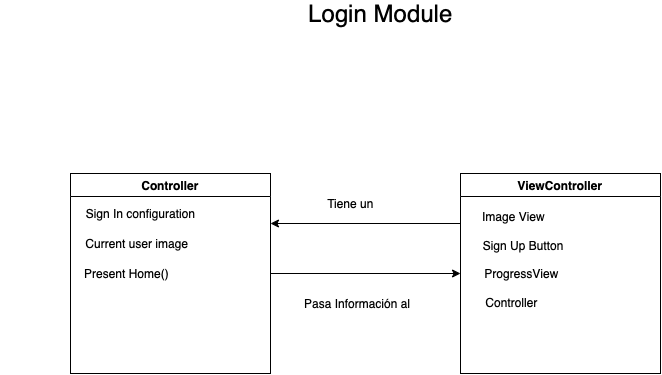
Before: resources/LoginClassdiagram.drawio.png, a diagram exported from draw.io (YormanColina/Jobly). Source tidied: cells renumbered, new cells last; positions are measured from the earlier drawing's top-left corner, leaving out a move shared by most shapes. The source it was exported from:
```xml
<mxGraphModel>
  <root>
    <mxCell id="0" />
    <mxCell id="1" parent="0" />
    <mxCell id="2" value="&lt;font style=&quot;font-size: 24px;&quot;&gt;Login Module&lt;/font&gt;" style="text;html=1;align=center;verticalAlign=middle;strokeColor=none;fillColor=none;" parent="1" vertex="1">
      <mxGeometry x="300" width="160" height="20" as="geometry" />
    </mxCell>
    <mxCell id="3" style="edgeStyle=orthogonalEdgeStyle;rounded=0;jettySize=auto;html=1;entryX=0;entryY=0.5;entryDx=0;entryDy=0;fontSize=12;" parent="1" edge="1" source="4" target="7">
      <mxGeometry relative="1" as="geometry" />
    </mxCell>
    <mxCell id="4" value="Controller" style="swimlane;" parent="1" vertex="1">
      <mxGeometry x="70" y="170" width="200" height="200" as="geometry" />
    </mxCell>
    <mxCell id="5" value="&lt;span style=&quot;white-space: pre;&quot;&gt;&#9;&lt;span style=&quot;white-space: pre;&quot;&gt;&#9;&lt;span style=&quot;white-space: pre;&quot;&gt;&#9;&lt;/span&gt;&lt;/span&gt;&lt;/span&gt;Sign In configuration" style="text;html=1;align=center;verticalAlign=middle;strokeColor=none;fillColor=none;" parent="4" vertex="1">
      <mxGeometry x="-70" y="30" width="200" height="20" as="geometry" />
    </mxCell>
    <mxCell id="6" style="edgeStyle=orthogonalEdgeStyle;rounded=0;jettySize=auto;html=1;exitX=0;exitY=0.25;exitDx=0;exitDy=0;entryX=1;entryY=0.25;entryDx=0;entryDy=0;fontSize=12;" parent="1" edge="1" source="7" target="4">
      <mxGeometry relative="1" as="geometry" />
    </mxCell>
    <mxCell id="7" value="ViewController" style="swimlane;" parent="1" vertex="1">
      <mxGeometry x="460" y="170" width="200" height="200" as="geometry" />
    </mxCell>
    <mxCell id="8" value="ProgressView" style="text;html=1;align=center;verticalAlign=middle;strokeColor=none;fillColor=none;" parent="7" vertex="1">
      <mxGeometry x="16" y="90" width="90" height="20" as="geometry" />
    </mxCell>
    <mxCell id="9" value="&lt;span style=&quot;white-space: pre;&quot;&gt;&lt;br/&gt; &lt;/span&gt;Sign Up Button" style="text;html=1;align=center;verticalAlign=middle;strokeColor=none;fillColor=none;" parent="7" vertex="1">
      <mxGeometry x="11" y="50" width="100" height="30" as="geometry" />
    </mxCell>
    <mxCell id="10" value="Image View" style="text;html=1;align=center;verticalAlign=middle;strokeColor=none;fillColor=none;" parent="7" vertex="1">
      <mxGeometry x="13" y="33" width="80" height="20" as="geometry" />
    </mxCell>
    <mxCell id="11" value="&lt;font style=&quot;font-size: 12px;&quot;&gt;Controller&lt;/font&gt;" style="text;html=1;align=center;verticalAlign=middle;strokeColor=none;fillColor=none;fontSize=24;" parent="7" vertex="1">
      <mxGeometry x="16" y="105" width="70" height="40" as="geometry" />
    </mxCell>
    <mxCell id="12" value="&lt;span style=&quot;white-space: pre;&quot;&gt;&#9;&lt;span style=&quot;white-space: pre;&quot;&gt;&#9;    &lt;/span&gt;&lt;/span&gt;Current user image" style="text;html=1;align=center;verticalAlign=middle;strokeColor=none;fillColor=none;" parent="1" vertex="1">
      <mxGeometry x="13" y="230" width="180" height="20" as="geometry" />
    </mxCell>
    <mxCell id="13" value="Present Home()" style="text;html=1;align=center;verticalAlign=middle;strokeColor=none;fillColor=none;" parent="1" vertex="1">
      <mxGeometry x="76" y="260" width="100" height="20" as="geometry" />
    </mxCell>
    <mxCell id="14" value="Tiene un" style="text;html=1;align=center;verticalAlign=middle;strokeColor=none;fillColor=none;" parent="1" vertex="1">
      <mxGeometry x="320" y="190" width="60" height="20" as="geometry" />
    </mxCell>
    <mxCell id="15" value="&lt;span style=&quot;white-space: pre;&quot;&gt;&#9;&lt;span style=&quot;white-space: pre;&quot;&gt;&#9;&lt;/span&gt;&lt;/span&gt;Pasa Información al" style="text;html=1;align=center;verticalAlign=middle;strokeColor=none;fillColor=none;fontSize=12;" parent="1" vertex="1">
      <mxGeometry x="245" y="290" width="170" height="20" as="geometry" />
    </mxCell>
  </root>
</mxGraphModel>
```
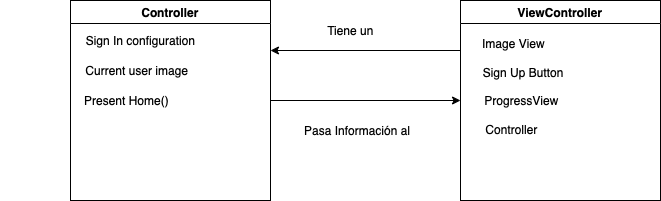
After the change.

The edit, as a diff of the source:
```diff
@@ -2,9 +2,6 @@
   <root>
     <mxCell id="0" />
     <mxCell id="1" parent="0" />
-    <mxCell id="2" value="&lt;font style=&quot;font-size: 24px;&quot;&gt;Login Module&lt;/font&gt;" style="text;html=1;align=center;verticalAlign=middle;strokeColor=none;fillColor=none;" parent="1" vertex="1">
-      <mxGeometry x="300" width="160" height="20" as="geometry" />
-    </mxCell>
     <mxCell id="3" style="edgeStyle=orthogonalEdgeStyle;rounded=0;jettySize=auto;html=1;entryX=0;entryY=0.5;entryDx=0;entryDy=0;fontSize=12;" parent="1" edge="1" source="4" target="7">
       <mxGeometry relative="1" as="geometry" />
     </mxCell>
```
